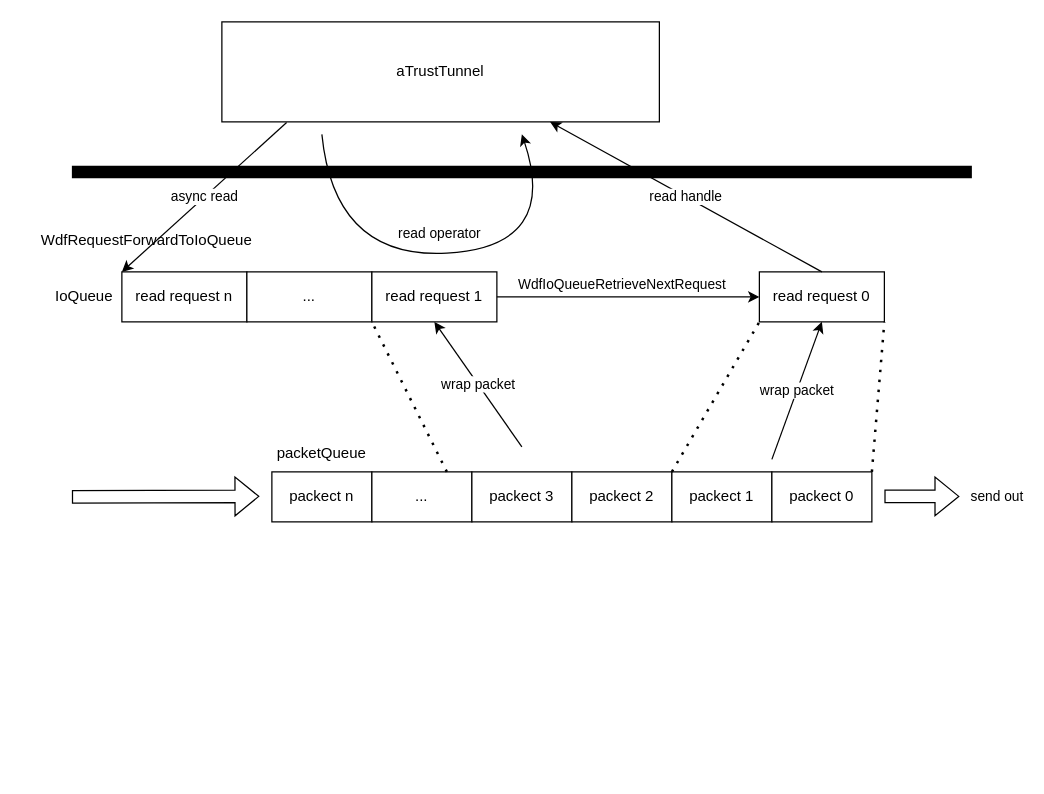
Above: Untitled Diagram.drawio in nei313/WinDistcc (draw.io), before the change. Source tidied: cells renumbered, new cells numbered last; positions are measured from the earlier drawing's top-left corner, leaving out a move shared by most shapes. Both pictures are drawn from the tidied source at 125%, with x=0, y=0 at pixel (21, 21).
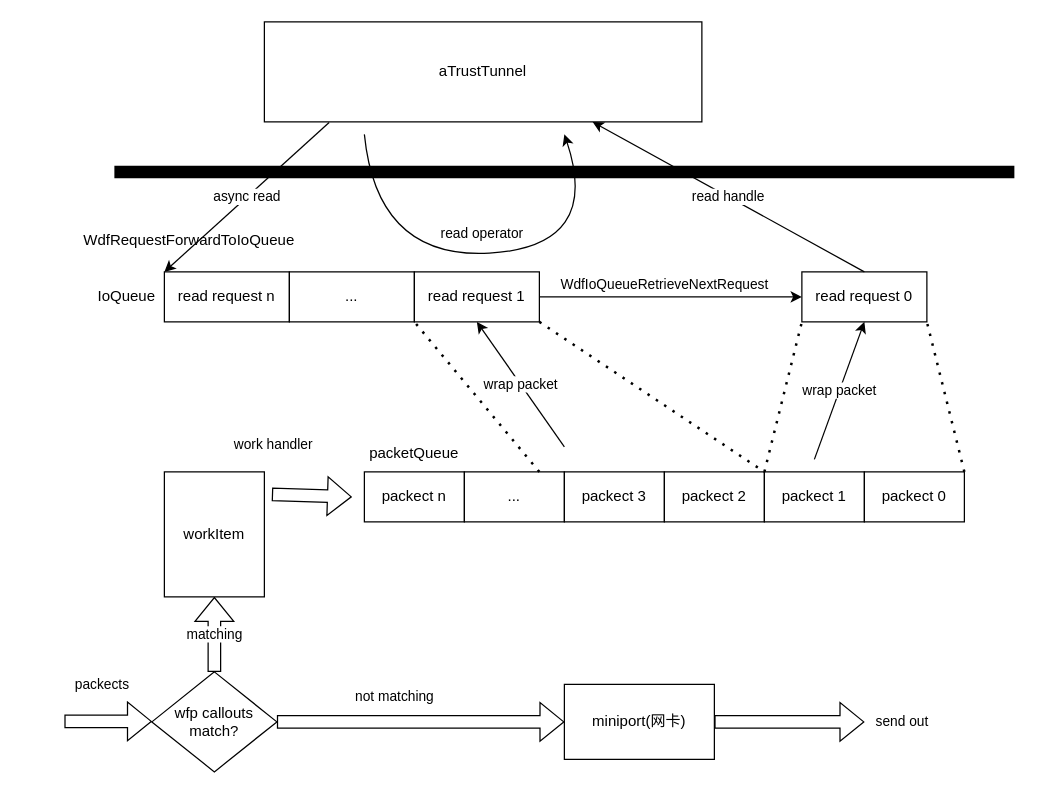
The same diagram, later.

Change to the diagram source:
```diff
@@
     <mxCell id="2" value="aTrustTunnel" style="rounded=0;whiteSpace=wrap;html=1;" parent="1" vertex="1">
-      <mxGeometry x="160" width="350" height="80" as="geometry" />
+      <mxGeometry x="194" width="350" height="80" as="geometry" />
     </mxCell>
@@
     <mxCell id="4" value="read request n" style="rounded=0;whiteSpace=wrap;html=1;" parent="1" vertex="1">
-      <mxGeometry x="80" y="200" width="100" height="40" as="geometry" />
+      <mxGeometry x="114" y="200" width="100" height="40" as="geometry" />
     </mxCell>
     <mxCell id="5" value="&lt;span&gt;...&lt;/span&gt;" style="rounded=0;whiteSpace=wrap;html=1;" parent="1" vertex="1">
-      <mxGeometry x="180" y="200" width="100" height="40" as="geometry" />
+      <mxGeometry x="214" y="200" width="100" height="40" as="geometry" />
     </mxCell>
     <mxCell id="6" value="read request 1" style="rounded=0;whiteSpace=wrap;html=1;" parent="1" vertex="1">
-      <mxGeometry x="280" y="200" width="100" height="40" as="geometry" />
+      <mxGeometry x="314" y="200" width="100" height="40" as="geometry" />
     </mxCell>
     <mxCell id="7" value="read request 0" style="rounded=0;whiteSpace=wrap;html=1;" parent="1" vertex="1">
-      <mxGeometry x="590" y="200" width="100" height="40" as="geometry" />
+      <mxGeometry x="624" y="200" width="100" height="40" as="geometry" />
     </mxCell>
     <mxCell id="8" value="IoQueue" style="text;html=1;strokeColor=none;fillColor=none;align=center;verticalAlign=middle;whiteSpace=wrap;rounded=0;" parent="1" vertex="1">
-      <mxGeometry x="20" y="205" width="60" height="30" as="geometry" />
+      <mxGeometry x="54" y="205" width="60" height="30" as="geometry" />
     </mxCell>
     <mxCell id="9" value="packect n" style="rounded=0;whiteSpace=wrap;html=1;" parent="1" vertex="1">
-      <mxGeometry x="200" y="360" width="80" height="40" as="geometry" />
+      <mxGeometry x="274" y="360" width="80" height="40" as="geometry" />
     </mxCell>
     <mxCell id="10" value="&lt;span&gt;...&lt;/span&gt;" style="rounded=0;whiteSpace=wrap;html=1;" parent="1" vertex="1">
-      <mxGeometry x="280" y="360" width="80" height="40" as="geometry" />
+      <mxGeometry x="354" y="360" width="80" height="40" as="geometry" />
     </mxCell>
     <mxCell id="11" value="&lt;span&gt;packect 3&lt;/span&gt;" style="rounded=0;whiteSpace=wrap;html=1;" parent="1" vertex="1">
-      <mxGeometry x="360" y="360" width="80" height="40" as="geometry" />
+      <mxGeometry x="434" y="360" width="80" height="40" as="geometry" />
     </mxCell>
     <mxCell id="12" value="&lt;span&gt;packect 2&lt;/span&gt;" style="rounded=0;whiteSpace=wrap;html=1;" parent="1" vertex="1">
-      <mxGeometry x="440" y="360" width="80" height="40" as="geometry" />
+      <mxGeometry x="514" y="360" width="80" height="40" as="geometry" />
     </mxCell>
     <mxCell id="13" value="&lt;span&gt;packect 1&lt;/span&gt;" style="rounded=0;whiteSpace=wrap;html=1;" parent="1" vertex="1">
-      <mxGeometry x="520" y="360" width="80" height="40" as="geometry" />
+      <mxGeometry x="594" y="360" width="80" height="40" as="geometry" />
     </mxCell>
     <mxCell id="14" value="&lt;span&gt;packect 0&lt;/span&gt;" style="rounded=0;whiteSpace=wrap;html=1;" parent="1" vertex="1">
-      <mxGeometry x="600" y="360" width="80" height="40" as="geometry" />
+      <mxGeometry x="674" y="360" width="80" height="40" as="geometry" />
     </mxCell>
@@
-    <mxCell id="16" value="send out" style="shape=flexArrow;endArrow=classic;html=1;rounded=0;" parent="1" edge="1">
-      <mxGeometry x="1" y="30" relative="1" as="geometry">
-        <mxPoint x="690" y="379.6" as="sourcePoint" />
-        <mxPoint x="750" y="379.6" as="targetPoint" />
-        <mxPoint x="30" y="30" as="offset" />
+    <mxCell id="16" value="work handler" style="shape=flexArrow;endArrow=classic;html=1;rounded=0;exitX=1.075;exitY=0.18;exitDx=0;exitDy=0;exitPerimeter=0;" parent="1" edge="1" source="34">
+      <mxGeometry x="-1" y="40" relative="1" as="geometry">
+        <mxPoint x="264" y="380" as="targetPoint" />
       </mxGeometry>
     </mxCell>
-    <mxCell id="17" style="shape=flexArrow;endArrow=classic;html=1;rounded=0;" parent="1" edge="1">
+    <mxCell id="17" value="matching" style="shape=flexArrow;endArrow=classic;html=1;rounded=0;exitX=0.5;exitY=0;exitDx=0;exitDy=0;" parent="1" edge="1" source="29">
       <mxGeometry relative="1" as="geometry">
-        <mxPoint x="40" y="380" as="sourcePoint" />
-        <mxPoint x="190" y="379.6" as="targetPoint" />
+        <mxPoint x="154" y="460" as="targetPoint" />
       </mxGeometry>
     </mxCell>
@@
     <mxCell id="21" value="wrap packet" style="endArrow=classic;html=1;rounded=0;entryX=0.5;entryY=1;entryDx=0;entryDy=0;" parent="1" edge="1" target="7">
       <mxGeometry relative="1" as="geometry">
-        <mxPoint x="600" y="350" as="sourcePoint" />
+        <mxPoint x="634" y="350" as="sourcePoint" />
       </mxGeometry>
     </mxCell>
     <mxCell id="22" value="wrap packet" style="endArrow=classic;html=1;rounded=0;entryX=0.5;entryY=1;entryDx=0;entryDy=0;" parent="1" edge="1" target="6">
       <mxGeometry relative="1" as="geometry">
-        <mxPoint x="400" y="340" as="sourcePoint" />
+        <mxPoint x="434" y="340" as="sourcePoint" />
       </mxGeometry>
     </mxCell>
     <mxCell id="23" value="read operator" style="curved=1;endArrow=classic;html=1;rounded=0;" parent="1" edge="1">
       <mxGeometry x="-0.01" y="16" relative="1" as="geometry">
-        <mxPoint x="240" y="90" as="sourcePoint" />
-        <mxPoint x="400" y="90" as="targetPoint" />
+        <mxPoint x="274" y="90" as="sourcePoint" />
+        <mxPoint x="434" y="90" as="targetPoint" />
         <Array as="points">
-          <mxPoint x="250" y="190" />
-          <mxPoint x="430" y="180" />
+          <mxPoint x="284" y="190" />
+          <mxPoint x="464" y="180" />
         </Array>
       </mxGeometry>
     </mxCell>
     <mxCell id="24" style="endArrow=none;html=1;rounded=0;strokeWidth=10;" parent="1" edge="1">
       <mxGeometry relative="1" as="geometry">
-        <mxPoint x="40" y="120" as="sourcePoint" />
-        <mxPoint x="760" y="120" as="targetPoint" />
+        <mxPoint x="74" y="120" as="sourcePoint" />
+        <mxPoint x="794" y="120" as="targetPoint" />
       </mxGeometry>
     </mxCell>
     <mxCell id="25" value="packetQueue" style="text;html=1;strokeColor=none;fillColor=none;align=center;verticalAlign=middle;whiteSpace=wrap;rounded=0;" parent="1" vertex="1">
-      <mxGeometry x="210" y="330" width="60" height="30" as="geometry" />
+      <mxGeometry x="284" y="330" width="60" height="30" as="geometry" />
     </mxCell>
@@
     <mxCell id="27" value="WdfRequestForwardToIoQueue" style="text;html=1;strokeColor=none;fillColor=none;align=center;verticalAlign=middle;whiteSpace=wrap;rounded=0;" parent="1" vertex="1">
-      <mxGeometry y="160" width="200" height="30" as="geometry" />
+      <mxGeometry x="34" y="160" width="200" height="30" as="geometry" />
     </mxCell>
+    <mxCell id="28" style="endArrow=none;dashed=1;html=1;dashPattern=1 3;strokeWidth=2;rounded=0;exitX=1;exitY=1;exitDx=0;exitDy=0;entryX=1;entryY=0;entryDx=0;entryDy=0;" parent="1" edge="1" source="6" target="12">
+      <mxGeometry relative="1" as="geometry" />
+    </mxCell>
+    <mxCell id="29" value="&lt;span&gt;wfp callouts&lt;br&gt;match?&lt;br&gt;&lt;/span&gt;" style="rhombus;whiteSpace=wrap;html=1;" parent="1" vertex="1">
+      <mxGeometry x="104" y="520" width="100" height="80" as="geometry" />
+    </mxCell>
+    <mxCell id="30" value="packects" style="shape=flexArrow;endArrow=classic;html=1;rounded=0;strokeWidth=1;" parent="1" edge="1">
+      <mxGeometry x="-0.14" y="30" relative="1" as="geometry">
+        <mxPoint x="34" y="559.6" as="sourcePoint" />
+        <mxPoint x="104" y="559.6" as="targetPoint" />
+      </mxGeometry>
+    </mxCell>
+    <mxCell id="31" value="not matching" style="shape=flexArrow;endArrow=classic;html=1;rounded=0;strokeWidth=1;exitX=1;exitY=0.5;exitDx=0;exitDy=0;entryX=0;entryY=0.5;entryDx=0;entryDy=0;" parent="1" edge="1" source="29" target="32">
+      <mxGeometry x="-0.18" y="20" relative="1" as="geometry" />
+    </mxCell>
+    <mxCell id="32" value="miniport(网卡)" style="rounded=0;whiteSpace=wrap;html=1;" parent="1" vertex="1">
+      <mxGeometry x="434" y="530" width="120" height="60" as="geometry" />
+    </mxCell>
+    <mxCell id="33" value="send out" style="shape=flexArrow;endArrow=classic;html=1;rounded=0;strokeWidth=1;exitX=1;exitY=0.5;exitDx=0;exitDy=0;" parent="1" edge="1" source="32">
+      <mxGeometry x="1" y="30" relative="1" as="geometry">
+        <mxPoint x="674" y="560" as="targetPoint" />
+        <mxPoint x="30" y="30" as="offset" />
+      </mxGeometry>
+    </mxCell>
+    <mxCell id="34" value="workItem" style="rounded=0;whiteSpace=wrap;html=1;" parent="1" vertex="1">
+      <mxGeometry x="114" y="360" width="80" height="100" as="geometry" />
+    </mxCell>
```
